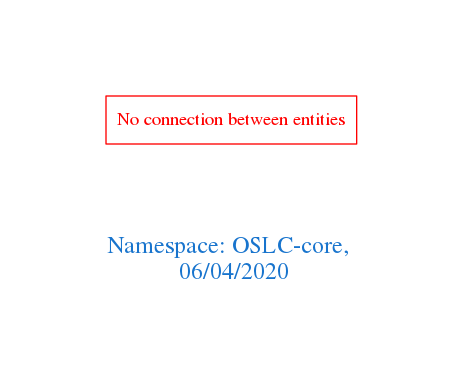
Before: downloads/OSLC-core.png, a diagram exported from Graphviz (arago/OGIT). Its source is kept beside it as downloads/OSLC-core.dot.
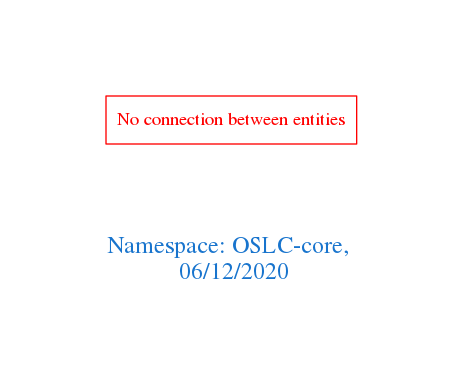
After the change.

Diff of the diagram source:
```diff
@@ -1,7 +1,7 @@
 digraph OGIT_ontology {
  graph [ rankdir= LR,pad=1
 fontsize = 18,
-fontcolor= dodgerblue3,label = "\n\n\nNamespace: OSLC-core, \n 06/04/2020"];
+fontcolor= dodgerblue3,label = "\n\n\nNamespace: OSLC-core, \n 06/12/2020"];
 node[shape=polygon];
 edge [  color="gray81"];
 
```
